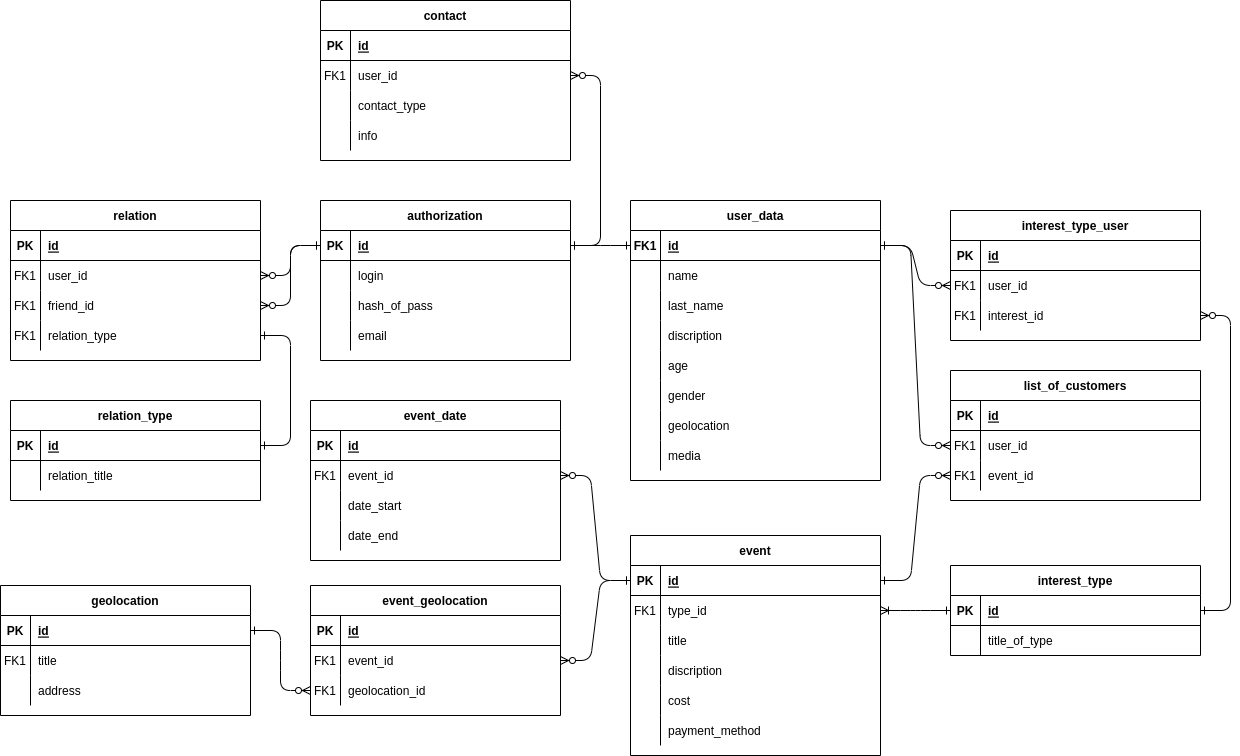
The draw.io diagram dataAboutDB/DBForInternship.drawio.png in krilop/PFP-PeopleForPeople, before a commit. Source tidied: cells renumbered, new cells last; positions are measured from the earlier drawing's top-left corner, leaving out a move shared by most shapes.
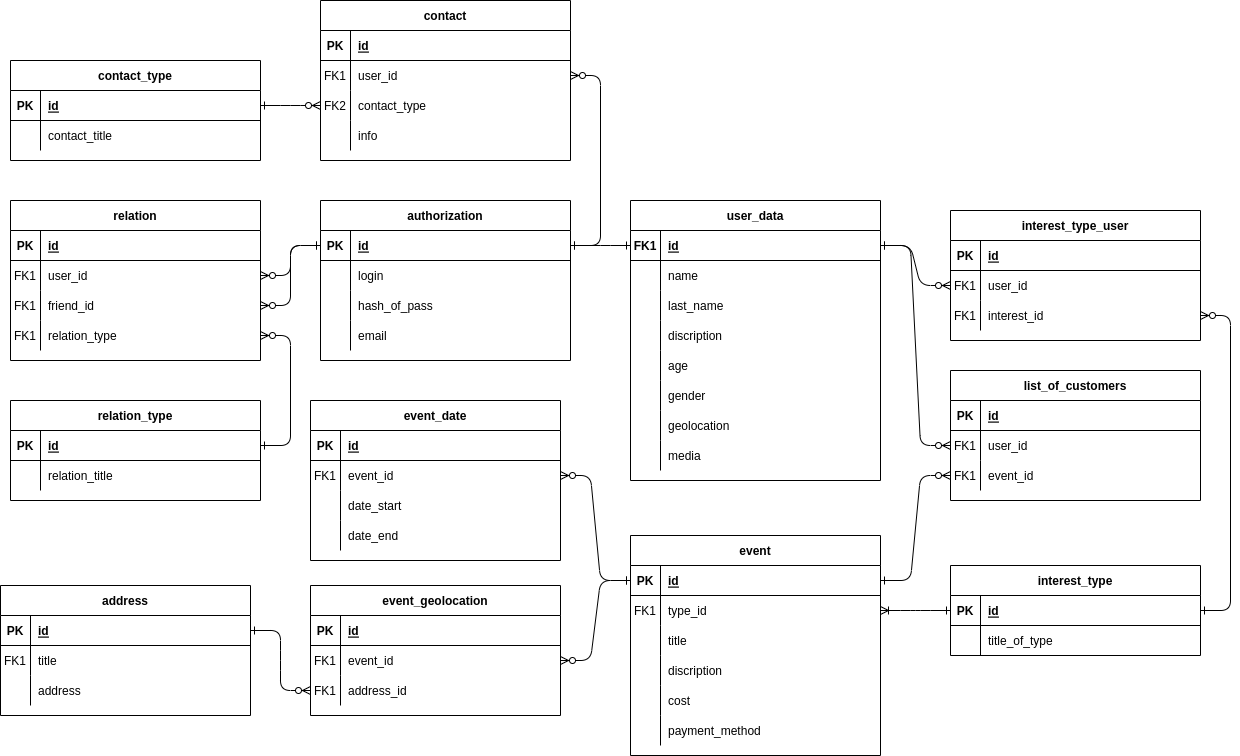
After the change.

Change to the diagram source:
```diff
@@ -309,13 +309,13 @@
     <mxCell id="102" value="FK1" style="shape=partialRectangle;overflow=hidden;fillColor=none;top=0;left=0;bottom=0;right=0;" parent="101" vertex="1">
       <mxGeometry width="30" height="30" as="geometry" />
     </mxCell>
-    <mxCell id="103" value="geolocation_id" style="shape=partialRectangle;overflow=hidden;fillColor=none;top=0;left=0;bottom=0;right=0;align=left;spacingLeft=6;" parent="101" vertex="1">
+    <mxCell id="103" value="address_id" style="shape=partialRectangle;overflow=hidden;fillColor=none;top=0;left=0;bottom=0;right=0;align=left;spacingLeft=6;" parent="101" vertex="1">
       <mxGeometry x="30" width="220" height="30" as="geometry" />
     </mxCell>
     <mxCell id="104" style="edgeStyle=entityRelationEdgeStyle;rounded=1;jettySize=auto;html=1;exitX=0;exitY=0.5;exitDx=0;exitDy=0;entryX=1;entryY=0.5;entryDx=0;entryDy=0;strokeColor=default;align=center;verticalAlign=middle;fontFamily=Helvetica;fontSize=11;fontColor=default;labelBackgroundColor=default;startArrow=ERone;startFill=0;endArrow=ERzeroToMany;endFill=1;" parent="1" edge="1" source="34" target="98">
       <mxGeometry relative="1" as="geometry" />
     </mxCell>
-    <mxCell id="105" value="geolocation" style="shape=table;startSize=30;rowLines=0;fontStyle=1;align=center;" parent="1" vertex="1">
+    <mxCell id="105" value="address" style="shape=table;startSize=30;rowLines=0;fontStyle=1;align=center;" parent="1" vertex="1">
       <mxGeometry y="585" width="250" height="130" as="geometry" />
     </mxCell>
     <mxCell id="106" style="shape=partialRectangle;fillColor=none;points=[[0,0.5],[1,0.5]];portConstraint=eastwest;top=0;left=0;right=0;bottom=1;" parent="105" vertex="1">
@@ -375,7 +375,7 @@
     <mxCell id="124" style="shape=partialRectangle;fillColor=none;points=[[0,0.5],[1,0.5]];portConstraint=eastwest;top=0;left=0;right=0;bottom=0;" parent="117" vertex="1">
       <mxGeometry y="90" width="250" height="30" as="geometry" />
     </mxCell>
-    <mxCell id="125" style="shape=partialRectangle;overflow=hidden;fillColor=none;top=0;left=0;bottom=0;right=0;" parent="124" vertex="1">
+    <mxCell id="125" value="FK2" style="shape=partialRectangle;overflow=hidden;fillColor=none;top=0;left=0;bottom=0;right=0;" parent="124" vertex="1">
       <mxGeometry width="30" height="30" as="geometry" />
     </mxCell>
     <mxCell id="126" value="contact_type" style="shape=partialRectangle;overflow=hidden;fillColor=none;top=0;left=0;bottom=0;right=0;align=left;spacingLeft=6;" parent="124" vertex="1">
@@ -414,9 +414,6 @@
     <mxCell id="137" value="relation_title" style="shape=partialRectangle;overflow=hidden;fillColor=none;top=0;left=0;bottom=0;right=0;align=left;spacingLeft=6;" parent="135" vertex="1">
       <mxGeometry x="30" width="220" height="30" as="geometry" />
     </mxCell>
-    <mxCell id="138" style="edgeStyle=entityRelationEdgeStyle;rounded=1;jettySize=auto;html=1;exitX=1;exitY=0.5;exitDx=0;exitDy=0;entryX=1;entryY=0.5;entryDx=0;entryDy=0;strokeColor=default;align=center;verticalAlign=middle;fontFamily=Helvetica;fontSize=11;fontColor=default;labelBackgroundColor=default;startArrow=ERone;startFill=0;endArrow=ERone;endFill=0;" parent="1" edge="1" source="62" target="132">
-      <mxGeometry relative="1" as="geometry" />
-    </mxCell>
     <mxCell id="139" value="user_data" style="shape=table;startSize=30;rowLines=0;fontStyle=1;align=center;fillStyle=solid;" parent="1" vertex="1">
       <mxGeometry x="630" y="200" width="250" height="280" as="geometry" />
     </mxCell>
@@ -495,5 +492,32 @@
     <mxCell id="164" style="edgeStyle=entityRelationEdgeStyle;rounded=1;jettySize=auto;html=1;exitX=1;exitY=0.5;exitDx=0;exitDy=0;entryX=0;entryY=0.5;entryDx=0;entryDy=0;strokeColor=default;align=center;verticalAlign=middle;fontFamily=Helvetica;fontSize=11;fontColor=default;labelBackgroundColor=default;startArrow=ERone;startFill=0;endArrow=ERone;endFill=0;" parent="1" edge="1" source="14" target="140">
       <mxGeometry relative="1" as="geometry" />
     </mxCell>
+    <mxCell id="165" value="contact_type" style="shape=table;startSize=30;rowLines=0;fontStyle=1;align=center;fillStyle=solid;" parent="1" vertex="1">
+      <mxGeometry x="10" y="60" width="250" height="100" as="geometry" />
+    </mxCell>
+    <mxCell id="166" style="shape=partialRectangle;fillColor=none;points=[[0,0.5],[1,0.5]];portConstraint=eastwest;top=0;left=0;right=0;bottom=1;" parent="165" vertex="1">
+      <mxGeometry y="30" width="250" height="30" as="geometry" />
+    </mxCell>
+    <mxCell id="167" value="PK" style="shape=partialRectangle;overflow=hidden;fillColor=none;top=0;left=0;bottom=0;right=0;fontStyle=1;" parent="166" vertex="1">
+      <mxGeometry width="30" height="30" as="geometry" />
+    </mxCell>
+    <mxCell id="168" value="id" style="shape=partialRectangle;overflow=hidden;fillColor=none;top=0;left=0;bottom=0;right=0;align=left;spacingLeft=6;fontStyle=5;" parent="166" vertex="1">
+      <mxGeometry x="30" width="220" height="30" as="geometry" />
+    </mxCell>
+    <mxCell id="169" style="shape=partialRectangle;fillColor=none;top=0;left=0;right=0;bottom=0;" parent="165" vertex="1">
+      <mxGeometry y="60" width="250" height="30" as="geometry" />
+    </mxCell>
+    <mxCell id="170" style="shape=partialRectangle;overflow=hidden;fillColor=none;top=0;left=0;bottom=0;right=0;" parent="169" vertex="1">
+      <mxGeometry width="30" height="30" as="geometry" />
+    </mxCell>
+    <mxCell id="171" value="contact_title" style="shape=partialRectangle;overflow=hidden;fillColor=none;top=0;left=0;bottom=0;right=0;align=left;spacingLeft=6;" parent="169" vertex="1">
+      <mxGeometry x="30" width="220" height="30" as="geometry" />
+    </mxCell>
+    <mxCell id="172" style="edgeStyle=entityRelationEdgeStyle;rounded=1;jettySize=auto;html=1;exitX=1;exitY=0.5;exitDx=0;exitDy=0;entryX=0;entryY=0.5;entryDx=0;entryDy=0;strokeColor=default;align=center;verticalAlign=middle;fontFamily=Helvetica;fontSize=11;fontColor=default;labelBackgroundColor=default;startArrow=ERone;startFill=0;endArrow=ERzeroToMany;endFill=1;" parent="1" edge="1" source="166" target="124">
+      <mxGeometry relative="1" as="geometry" />
+    </mxCell>
+    <mxCell id="173" style="edgeStyle=entityRelationEdgeStyle;rounded=1;jettySize=auto;html=1;exitX=1;exitY=0.5;exitDx=0;exitDy=0;entryX=1;entryY=0.5;entryDx=0;entryDy=0;strokeColor=default;align=center;verticalAlign=middle;fontFamily=Helvetica;fontSize=11;fontColor=default;labelBackgroundColor=default;startArrow=ERone;startFill=0;endArrow=ERzeroToMany;endFill=1;" parent="1" edge="1" source="132" target="62">
+      <mxGeometry relative="1" as="geometry" />
+    </mxCell>
   </root>
 </mxGraphModel>
```
